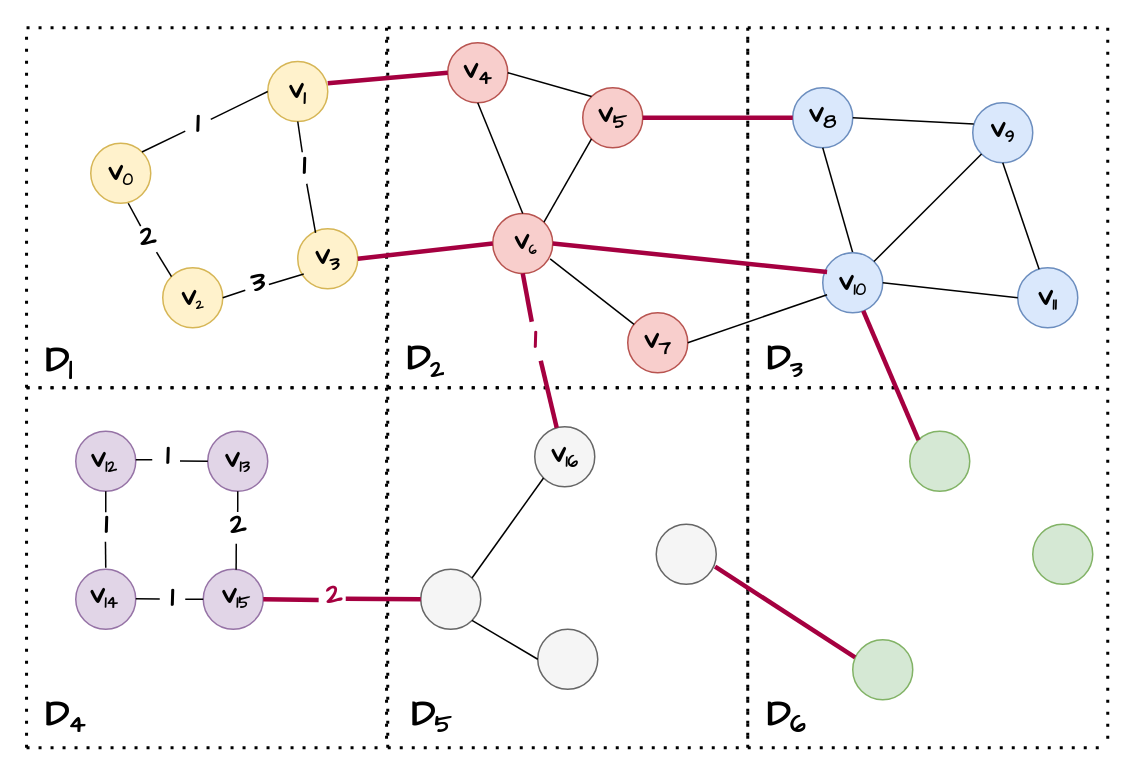
Above: 未命名绘图.drawio in coldbubbletea/World-of-Warcraft--Non-graphical-interface-CPP-game (draw.io), before the change. Source tidied: cells renumbered, new cells numbered last; positions are measured from the earlier drawing's top-left corner, leaving out a move shared by most shapes. Both pictures are drawn from the tidied source at 150%, with x=0, y=0 at pixel (26, 27).
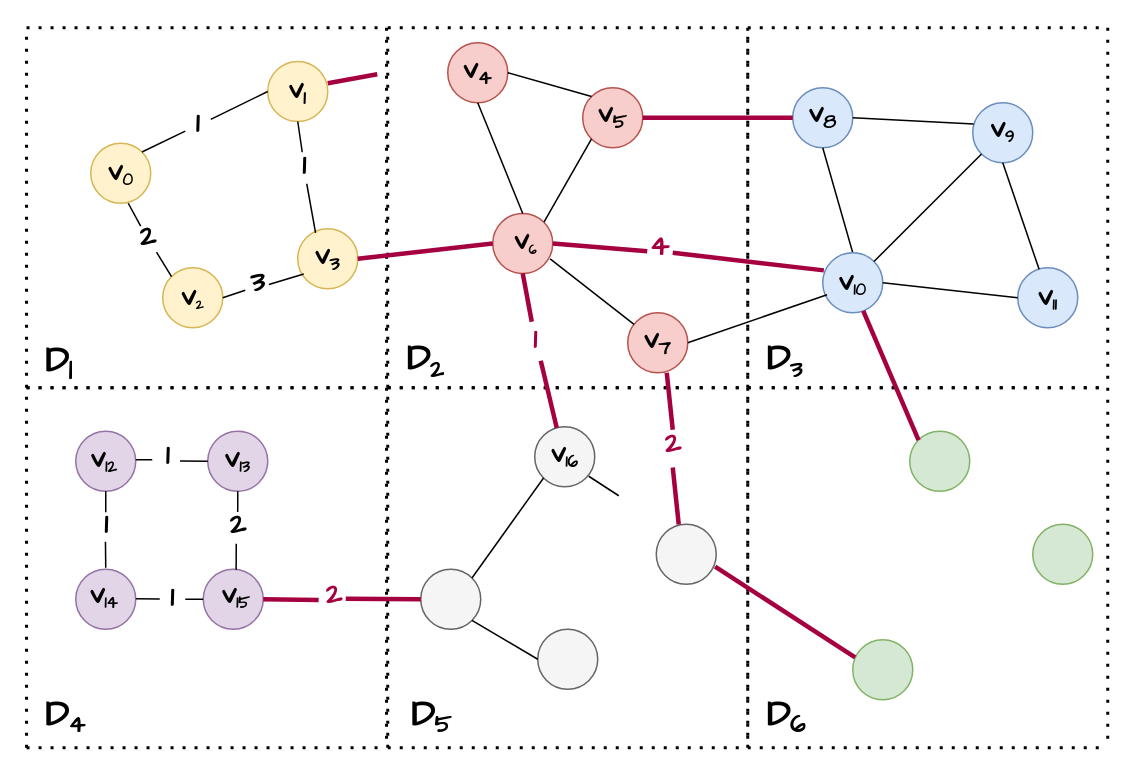
After the change.

Commit message:
更新未命名绘图.drawio

Unchanged cells that the change refers to:
```xml
<mxCell id="11" style="ellipse;whiteSpace=wrap;html=1;fillColor=#f8cecc;strokeColor=#b85450;" parent="1" vertex="1">
  <mxGeometry x="281" y="10" width="40" height="40" as="geometry" />
</mxCell>
<mxCell id="12" style="ellipse;whiteSpace=wrap;html=1;fillColor=#f8cecc;strokeColor=#b85450;" parent="1" vertex="1">
  <mxGeometry x="311" y="123.8" width="40" height="40" as="geometry" />
</mxCell>
<mxCell id="15" style="ellipse;whiteSpace=wrap;html=1;fillColor=#dae8fc;strokeColor=#6c8ebf;" parent="1" vertex="1">
  <mxGeometry x="531" y="150" width="40" height="40" as="geometry" />
</mxCell>
```

Change to the diagram source:
```diff
@@
-    <mxCell id="62" style="endArrow=none;html=1;rounded=0;exitX=1;exitY=0.5;exitDx=0;exitDy=0;entryX=0.072;entryY=0.321;entryDx=0;entryDy=0;strokeWidth=3;fillColor=#d80073;strokeColor=#A50040;entryPerimeter=0;" parent="1" edge="1" source="12" target="15">
-      <mxGeometry relative="1" as="geometry" />
+    <mxCell id="62" style="endArrow=none;html=1;rounded=0;exitX=1;exitY=0.5;exitDx=0;exitDy=0;strokeWidth=3;fillColor=#d80073;strokeColor=#A50040;" parent="1" edge="1" source="12">
+      <mxGeometry relative="1" as="geometry">
+        <mxPoint x="414" y="149" as="targetPoint" />
+      </mxGeometry>
     </mxCell>
-    <mxCell id="63" style="endArrow=none;html=1;rounded=0;exitX=1;exitY=0.5;exitDx=0;exitDy=0;entryX=0;entryY=0.5;entryDx=0;entryDy=0;strokeWidth=3;fillColor=#d80073;strokeColor=#A50040;" parent="1" edge="1" target="11">
+    <mxCell id="63" style="endArrow=none;html=1;rounded=0;exitX=1;exitY=0.5;exitDx=0;exitDy=0;strokeWidth=3;fillColor=#d80073;strokeColor=#A50040;" parent="1" edge="1">
       <mxGeometry relative="1" as="geometry">
         <mxPoint x="201" y="37" as="sourcePoint" />
+        <mxPoint x="234" y="31" as="targetPoint" />
       </mxGeometry>
     </mxCell>
@@
+    <mxCell id="120" style="endArrow=none;html=1;rounded=0;strokeWidth=3;fillColor=#d80073;strokeColor=#A50040;entryX=0.5;entryY=1;entryDx=0;entryDy=0;" parent="1" edge="1">
+      <mxGeometry relative="1" as="geometry">
+        <mxPoint x="431" y="268" as="sourcePoint" />
+        <mxPoint x="427" y="230" as="targetPoint" />
+      </mxGeometry>
+    </mxCell>
+    <mxCell id="121" value="&lt;font color=&quot;#a50040&quot; style=&quot;font-size: 19px;&quot; face=&quot;Comic Sans MS&quot;&gt;&lt;b&gt;2&lt;/b&gt;&lt;/font&gt;" style="text;html=1;strokeColor=none;fillColor=none;align=center;verticalAlign=middle;whiteSpace=wrap;rounded=0;" parent="1" vertex="1">
+      <mxGeometry x="420" y="269" width="23" height="18" as="geometry" />
+    </mxCell>
+    <mxCell id="122" style="edgeStyle=orthogonalEdgeStyle;rounded=0;orthogonalLoop=1;jettySize=auto;html=1;exitX=0.5;exitY=1;exitDx=0;exitDy=0;" parent="1" edge="1" source="121" target="121">
+      <mxGeometry relative="1" as="geometry" />
+    </mxCell>
+    <mxCell id="123" style="endArrow=none;html=1;rounded=0;strokeWidth=3;fillColor=#d80073;strokeColor=#A50040;entryX=0.5;entryY=1;entryDx=0;entryDy=0;" parent="1" edge="1">
+      <mxGeometry relative="1" as="geometry">
+        <mxPoint x="435" y="331.2" as="sourcePoint" />
+        <mxPoint x="431" y="293.2" as="targetPoint" />
+      </mxGeometry>
+    </mxCell>
+    <mxCell id="124" style="endArrow=none;html=1;rounded=0;" parent="1" edge="1">
+      <mxGeometry relative="1" as="geometry">
+        <mxPoint x="395" y="312" as="sourcePoint" />
+        <mxPoint x="375" y="299" as="targetPoint" />
+      </mxGeometry>
+    </mxCell>
+    <mxCell id="125" value="&lt;font color=&quot;#a50040&quot; style=&quot;font-size: 19px;&quot; face=&quot;Comic Sans MS&quot;&gt;&lt;b&gt;4&lt;/b&gt;&lt;/font&gt;" style="text;html=1;strokeColor=none;fillColor=none;align=center;verticalAlign=middle;whiteSpace=wrap;rounded=0;" parent="1" vertex="1">
+      <mxGeometry x="411" y="138" width="23" height="18" as="geometry" />
+    </mxCell>
+    <mxCell id="126" style="endArrow=none;html=1;rounded=0;strokeWidth=3;fillColor=#d80073;strokeColor=#A50040;entryX=0.018;entryY=0.294;entryDx=0;entryDy=0;entryPerimeter=0;" parent="1" edge="1" target="15">
+      <mxGeometry relative="1" as="geometry">
+        <mxPoint x="431" y="150" as="sourcePoint" />
+      </mxGeometry>
+    </mxCell>
```
